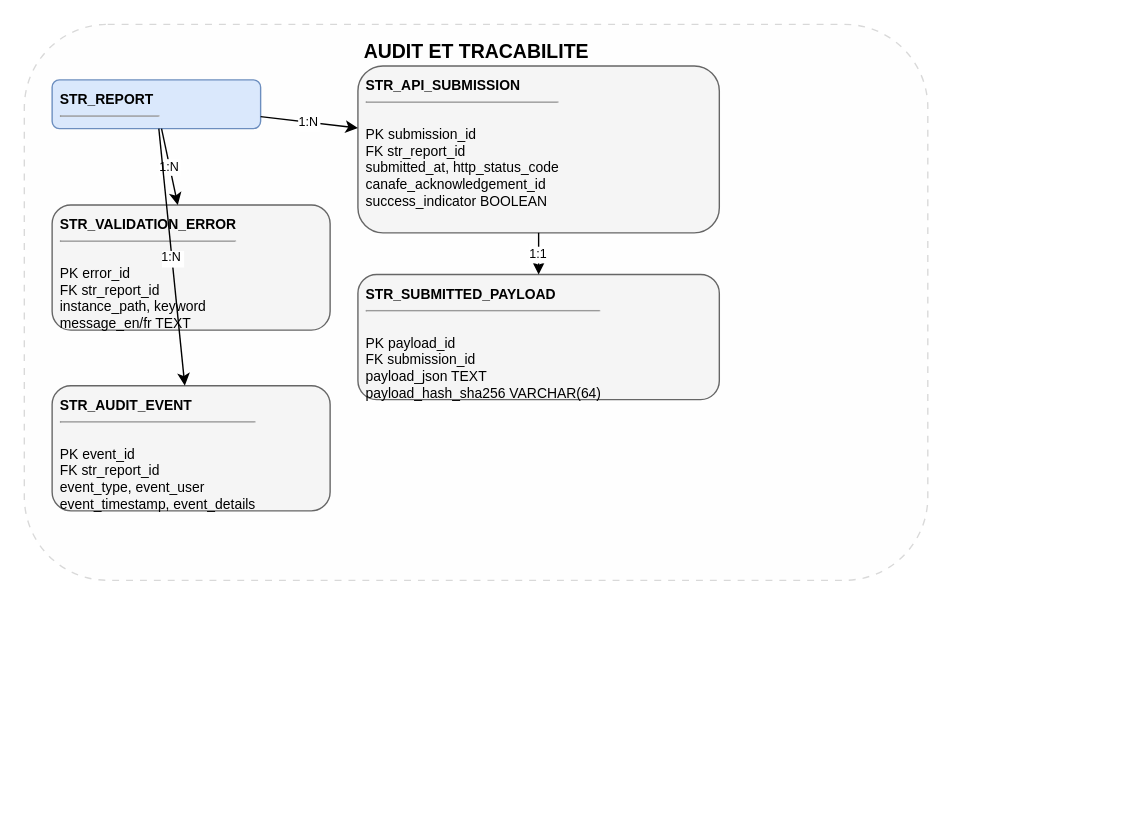
Before: diagrams/ERD_5_5___Audit.drawio in khojasahil/projet-io, a draw.io diagram. Source tidied: cells renumbered, new cells numbered last; positions are measured from the earlier drawing's top-left corner, leaving out a move shared by most shapes. Both pictures are drawn from the tidied source at 139%, with x=0, y=0 at pixel (24, 24).
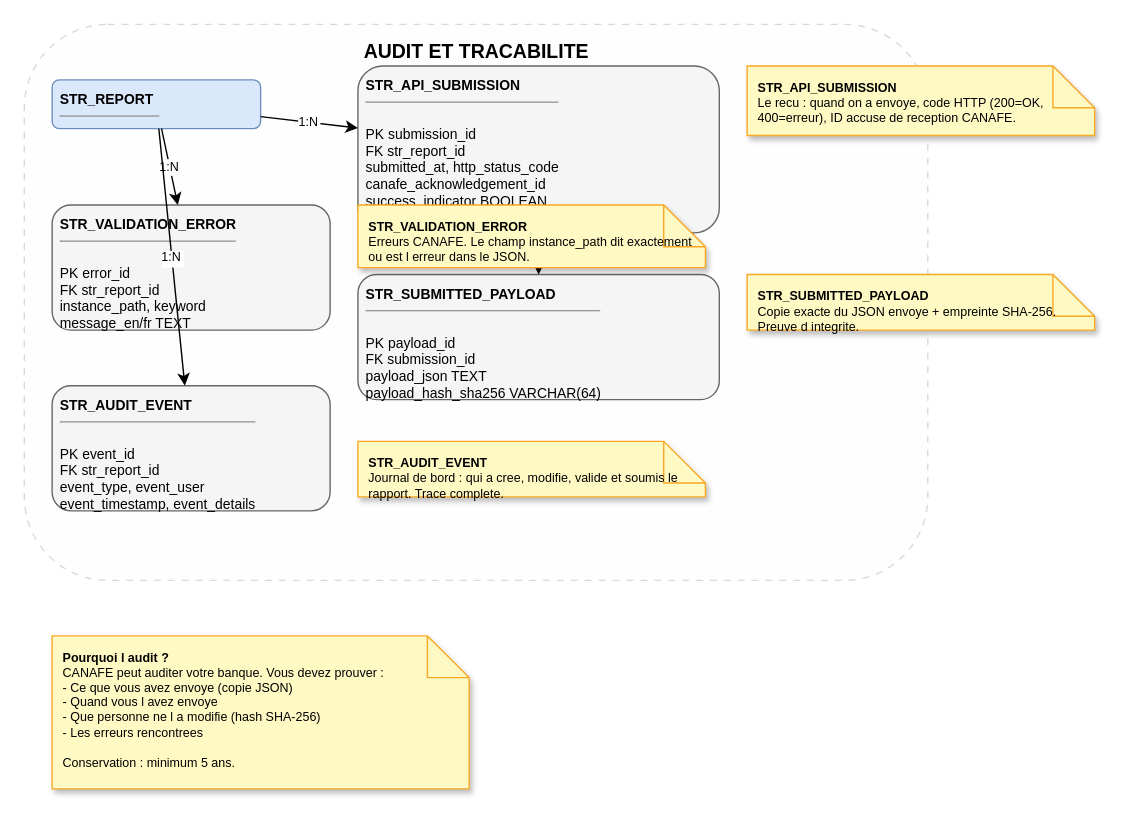
Above is the later version.

Diff of the diagram source:
```diff
@@
 <mxGraphModel>
   <root>
     <mxCell id="0" />
     <mxCell id="1" parent="0" />
     <mxCell id="2" value="AUDIT ET TRACABILITE" style="html=1;rounded=1;fillColor=#f5f5f5;opacity=15;fontSize=14;fontStyle=1;verticalAlign=top;spacingTop=5;dashed=1;dashPattern=5 5;" parent="1" vertex="1">
       <mxGeometry width="650" height="400" as="geometry" />
     </mxCell>
     <mxCell id="3" value="&lt;b&gt;STR_REPORT&lt;/b&gt;&lt;hr size=&quot;1&quot;&gt;&lt;br&gt;str_report_id PK" style="html=1;rounded=1;whiteSpace=wrap;overflow=hidden;align=left;verticalAlign=top;fontSize=10;spacingLeft=4;spacingTop=2;fillColor=#dae8fc;strokeColor=#6c8ebf;" parent="1" vertex="1">
       <mxGeometry x="20" y="40" width="150" height="35" as="geometry" />
     </mxCell>
     <mxCell id="4" value="&lt;b&gt;STR_API_SUBMISSION&lt;/b&gt;&lt;hr size=&quot;1&quot;&gt;&lt;br&gt;PK submission_id&lt;br&gt;FK str_report_id&lt;br&gt;submitted_at, http_status_code&lt;br&gt;canafe_acknowledgement_id&lt;br&gt;success_indicator BOOLEAN" style="html=1;rounded=1;whiteSpace=wrap;overflow=hidden;align=left;verticalAlign=top;fontSize=10;spacingLeft=4;spacingTop=2;fillColor=#f5f5f5;strokeColor=#666666;" parent="1" vertex="1">
       <mxGeometry x="240" y="30" width="260" height="120" as="geometry" />
     </mxCell>
     <mxCell id="5" value="&lt;b&gt;STR_SUBMITTED_PAYLOAD&lt;/b&gt;&lt;hr size=&quot;1&quot;&gt;&lt;br&gt;PK payload_id&lt;br&gt;FK submission_id&lt;br&gt;payload_json TEXT&lt;br&gt;payload_hash_sha256 VARCHAR(64)" style="html=1;rounded=1;whiteSpace=wrap;overflow=hidden;align=left;verticalAlign=top;fontSize=10;spacingLeft=4;spacingTop=2;fillColor=#f5f5f5;strokeColor=#666666;" parent="1" vertex="1">
       <mxGeometry x="240" y="180" width="260" height="90" as="geometry" />
     </mxCell>
     <mxCell id="6" value="&lt;b&gt;STR_VALIDATION_ERROR&lt;/b&gt;&lt;hr size=&quot;1&quot;&gt;&lt;br&gt;PK error_id&lt;br&gt;FK str_report_id&lt;br&gt;instance_path, keyword&lt;br&gt;message_en/fr TEXT" style="html=1;rounded=1;whiteSpace=wrap;overflow=hidden;align=left;verticalAlign=top;fontSize=10;spacingLeft=4;spacingTop=2;fillColor=#f5f5f5;strokeColor=#666666;" parent="1" vertex="1">
       <mxGeometry x="20" y="130" width="200" height="90" as="geometry" />
     </mxCell>
     <mxCell id="7" value="&lt;b&gt;STR_AUDIT_EVENT&lt;/b&gt;&lt;hr size=&quot;1&quot;&gt;&lt;br&gt;PK event_id&lt;br&gt;FK str_report_id&lt;br&gt;event_type, event_user&lt;br&gt;event_timestamp, event_details" style="html=1;rounded=1;whiteSpace=wrap;overflow=hidden;align=left;verticalAlign=top;fontSize=10;spacingLeft=4;spacingTop=2;fillColor=#f5f5f5;strokeColor=#666666;" parent="1" vertex="1">
       <mxGeometry x="20" y="260" width="200" height="90" as="geometry" />
     </mxCell>
     <mxCell id="8" value="1:N" style="rounded=1;fontSize=9;labelBackgroundColor=#FFFFFF;" parent="1" edge="1" source="3" target="4">
       <mxGeometry relative="1" as="geometry" />
     </mxCell>
     <mxCell id="9" value="1:1" style="rounded=1;fontSize=9;labelBackgroundColor=#FFFFFF;" parent="1" edge="1" source="4" target="5">
       <mxGeometry relative="1" as="geometry" />
     </mxCell>
     <mxCell id="10" value="1:N" style="rounded=1;fontSize=9;labelBackgroundColor=#FFFFFF;" parent="1" edge="1" source="3" target="6">
       <mxGeometry relative="1" as="geometry" />
     </mxCell>
     <mxCell id="11" value="1:N" style="rounded=1;fontSize=9;labelBackgroundColor=#FFFFFF;" parent="1" edge="1" source="3" target="7">
       <mxGeometry relative="1" as="geometry" />
     </mxCell>
+    <mxCell id="12" value="&lt;b&gt;Pourquoi l audit ?&lt;/b&gt;&lt;br&gt;CANAFE peut auditer votre banque. Vous devez prouver :&lt;br&gt;- Ce que vous avez envoye (copie JSON)&lt;br&gt;- Quand vous l avez envoye&lt;br&gt;- Que personne ne l a modifie (hash SHA-256)&lt;br&gt;- Les erreurs rencontrees&lt;br&gt;&lt;br&gt;Conservation : minimum 5 ans." style="shape=note;whiteSpace=wrap;html=1;fillColor=#FFF9C4;strokeColor=#F9A825;fontSize=9;align=left;verticalAlign=top;spacingLeft=6;spacingTop=4;spacingRight=6;shadow=1;rounded=1;" parent="1" vertex="1">
+      <mxGeometry x="20" y="440" width="300" height="110" as="geometry" />
+    </mxCell>
+    <mxCell id="13" value="&lt;b&gt;STR_API_SUBMISSION&lt;/b&gt;&lt;br&gt;Le recu : quand on a envoye, code HTTP (200=OK, 400=erreur), ID accuse de reception CANAFE." style="shape=note;whiteSpace=wrap;html=1;fillColor=#FFF9C4;strokeColor=#F9A825;fontSize=9;align=left;verticalAlign=top;spacingLeft=6;spacingTop=4;spacingRight=6;shadow=1;rounded=1;" parent="1" vertex="1">
+      <mxGeometry x="520" y="30" width="250" height="50" as="geometry" />
+    </mxCell>
+    <mxCell id="14" value="&lt;b&gt;STR_SUBMITTED_PAYLOAD&lt;/b&gt;&lt;br&gt;Copie exacte du JSON envoye + empreinte SHA-256. Preuve d integrite." style="shape=note;whiteSpace=wrap;html=1;fillColor=#FFF9C4;strokeColor=#F9A825;fontSize=9;align=left;verticalAlign=top;spacingLeft=6;spacingTop=4;spacingRight=6;shadow=1;rounded=1;" parent="1" vertex="1">
+      <mxGeometry x="520" y="180" width="250" height="40" as="geometry" />
+    </mxCell>
+    <mxCell id="15" value="&lt;b&gt;STR_VALIDATION_ERROR&lt;/b&gt;&lt;br&gt;Erreurs CANAFE. Le champ instance_path dit exactement ou est l erreur dans le JSON." style="shape=note;whiteSpace=wrap;html=1;fillColor=#FFF9C4;strokeColor=#F9A825;fontSize=9;align=left;verticalAlign=top;spacingLeft=6;spacingTop=4;spacingRight=6;shadow=1;rounded=1;" parent="1" vertex="1">
+      <mxGeometry x="240" y="130" width="250" height="45" as="geometry" />
+    </mxCell>
+    <mxCell id="16" value="&lt;b&gt;STR_AUDIT_EVENT&lt;/b&gt;&lt;br&gt;Journal de bord : qui a cree, modifie, valide et soumis le rapport. Trace complete." style="shape=note;whiteSpace=wrap;html=1;fillColor=#FFF9C4;strokeColor=#F9A825;fontSize=9;align=left;verticalAlign=top;spacingLeft=6;spacingTop=4;spacingRight=6;shadow=1;rounded=1;" parent="1" vertex="1">
+      <mxGeometry x="240" y="300" width="250" height="40" as="geometry" />
+    </mxCell>
   </root>
 </mxGraphModel>
```
